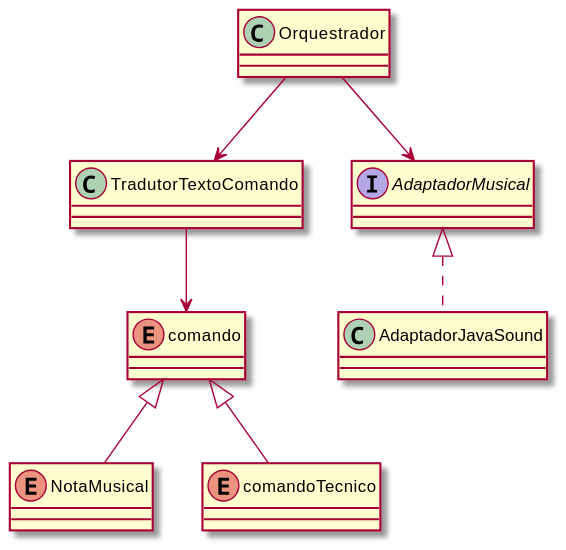
Before: out/diagramaDeClasses/classes.svg, a diagram exported from PlantUML (tonelloiago/TCP). The source it was exported from:
```plantuml
@startuml classes

class Orquestrador{

}

class TradutorTextoComando{

}

interface AdaptadorMusical{

}

class AdaptadorJavaSound implements AdaptadorMusical{

}

enum comando{

}

enum NotaMusical extends comando{

}

enum comandoTecnico extends comando{

}

Orquestrador --> TradutorTextoComando
Orquestrador --> AdaptadorMusical
TradutorTextoComando --> comando

@enduml
```
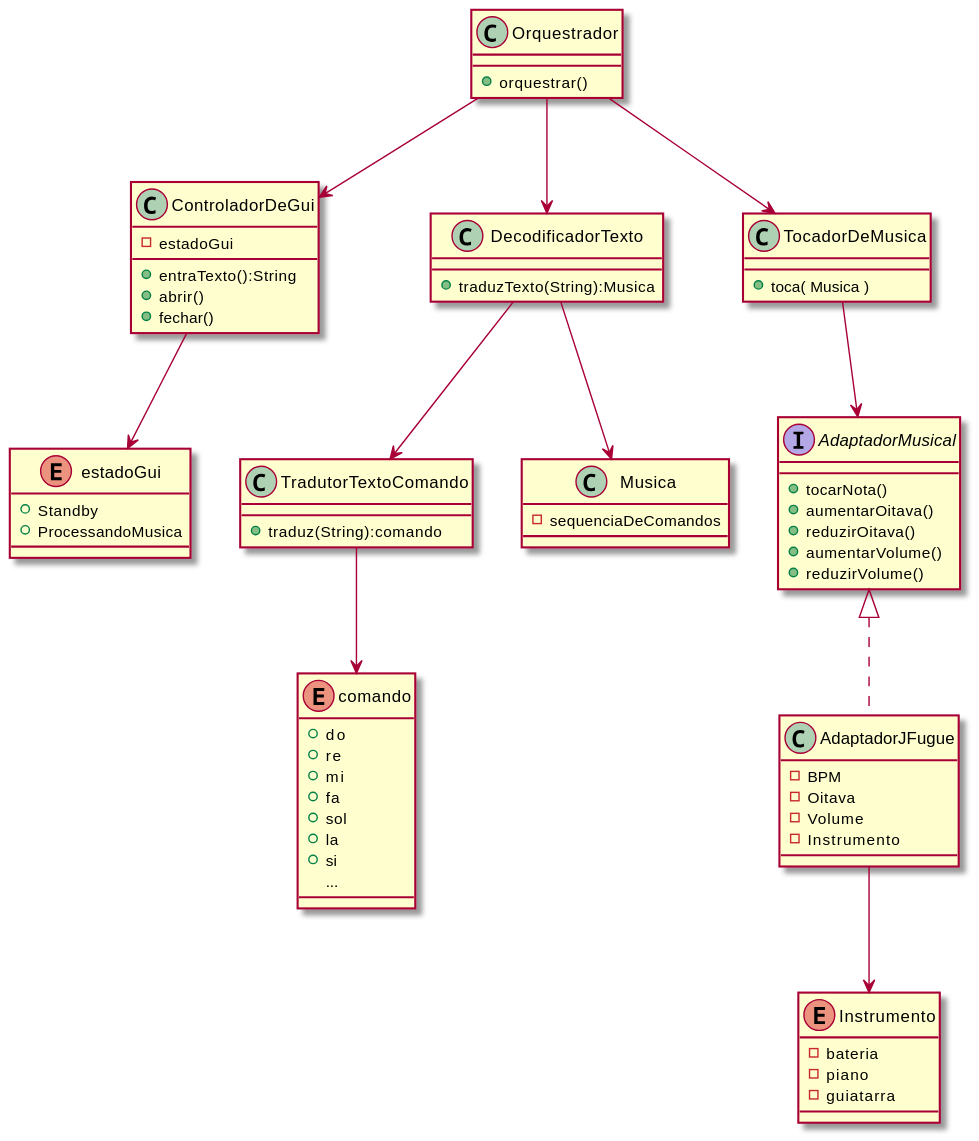
The same file after the commit.

Commit message:
Atualizado diagrama de classes

Diff of the diagram source:
```diff
@@ -1,35 +1,78 @@
 @startuml classes
 
 class Orquestrador{
+    + orquestrar()
+}
 
+class ControladorDeGui{
+    - estadoGui
+    + entraTexto():String
+    + abrir()
+    + fechar()
+}
+
+enum estadoGui{
+    + Standby
+    + ProcessandoMusica
+}
+
+class DecodificadorTexto{
+    + traduzTexto(String):Musica
 }
 
 class TradutorTextoComando{
-
+    + traduz(String):comando
 }
 
 interface AdaptadorMusical{
-
+    + tocarNota()
+    + aumentarOitava()
+    + reduzirOitava()
+    + aumentarVolume()
+    + reduzirVolume()
 }
 
-class AdaptadorJavaSound implements AdaptadorMusical{
+class AdaptadorJFugue implements AdaptadorMusical{
+    - BPM
+    - Oitava
+    - Volume
+    - Instrumento
+}
 
+enum Instrumento{
+    - bateria
+    - piano
+    - guiatarra
 }
 
 enum comando{
-
+    + do
+    + re
+    + mi
+    + fa
+    + sol
+    + la
+    + si
+    ...
 }
 
-enum NotaMusical extends comando{
-
+class Musica{
+    - sequenciaDeComandos
 }
 
-enum comandoTecnico extends comando{
-
+class TocadorDeMusica{
+    + toca( Musica )
 }
 
-Orquestrador --> TradutorTextoComando
-Orquestrador --> AdaptadorMusical
+Orquestrador --> DecodificadorTexto
+Orquestrador --> TocadorDeMusica
+Orquestrador --> ControladorDeGui
+DecodificadorTexto --> TradutorTextoComando
+DecodificadorTexto --> Musica
+TocadorDeMusica --> AdaptadorMusical
 TradutorTextoComando --> comando
+ControladorDeGui --> estadoGui
+AdaptadorJFugue --> Instrumento
+
 
 @enduml
```
